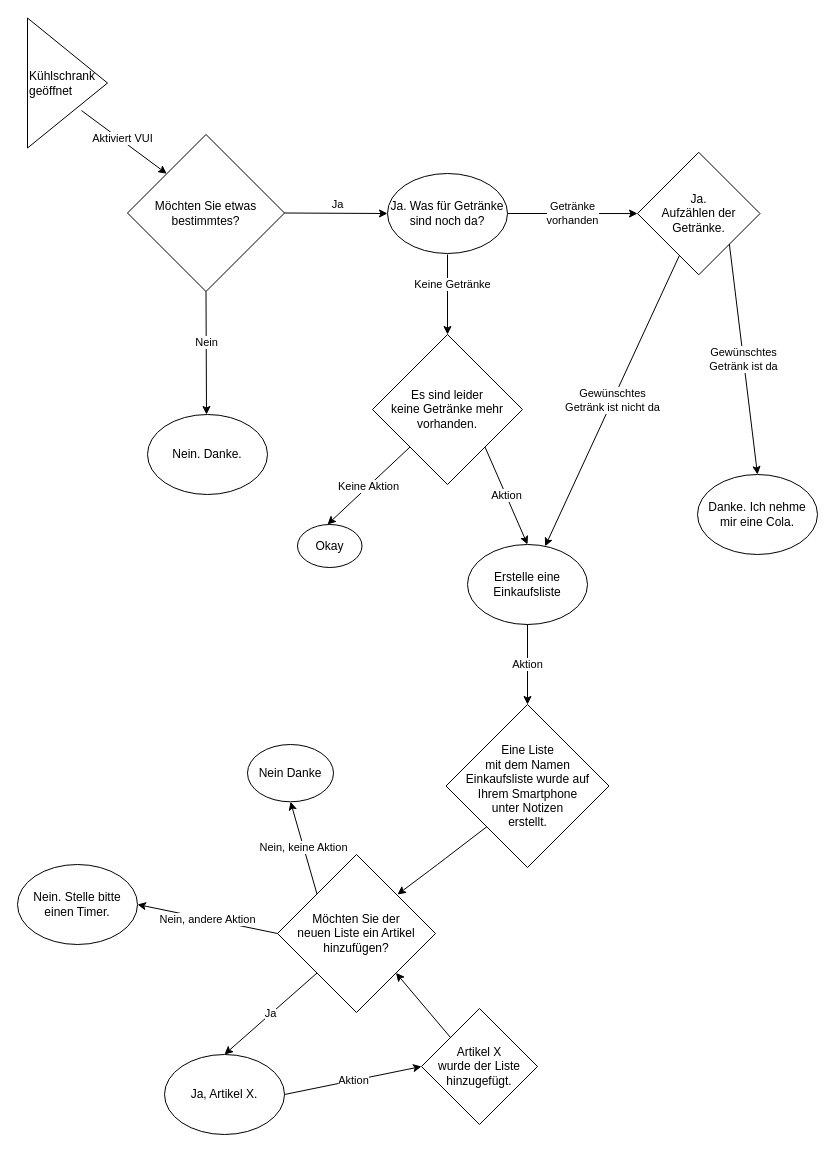
StefanBregenzer/IXD keeps this draw.io diagram as VUI.drawio. Above is the earlier version. Source tidied: cells renumbered, new cells numbered last; positions are measured from the earlier drawing's top-left corner, leaving out a move shared by most shapes. Both pictures are drawn from the tidied source at 100%, with x=0, y=0 at pixel (17, 18).
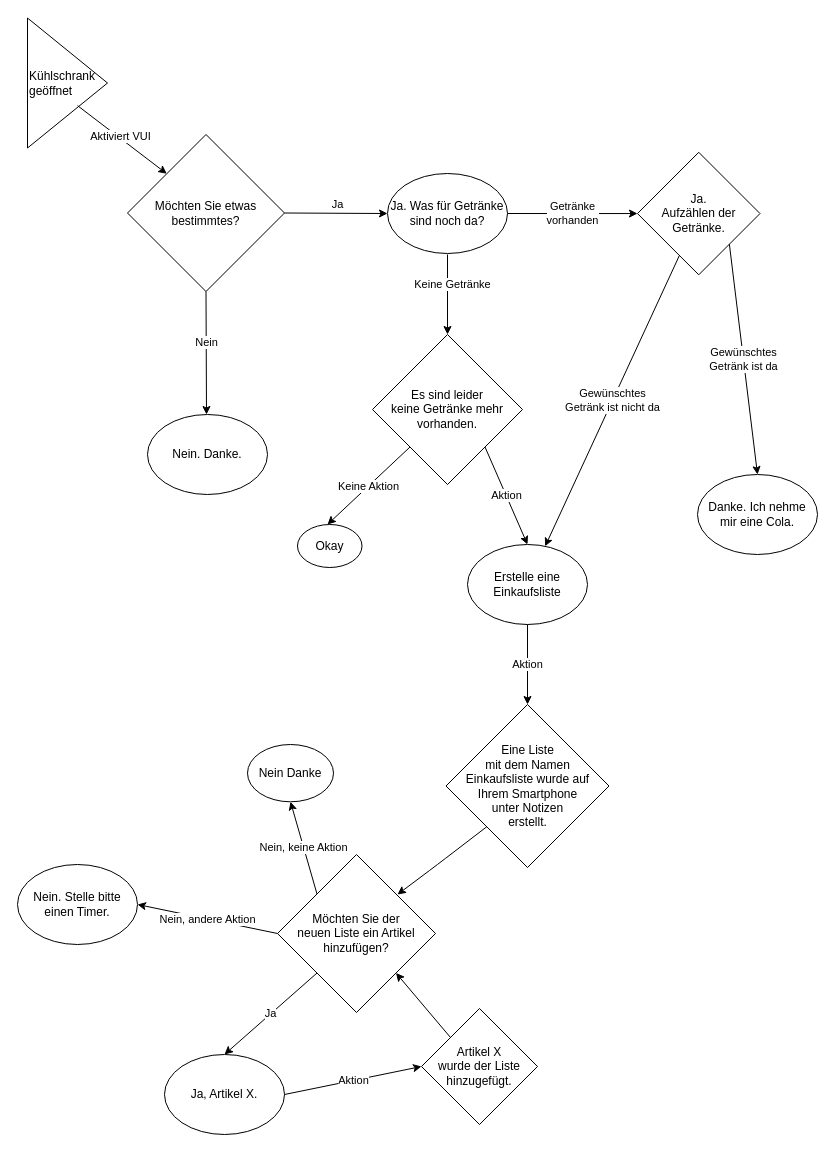
After the change.

Unchanged cells that the change refers to:
```xml
<mxCell id="2" value="Kühlschrank geöffnet" style="triangle;whiteSpace=wrap;html=1;align=left;" parent="1" vertex="1">
  <mxGeometry x="10" y="-0.5" width="80" height="130" as="geometry" />
</mxCell>
<mxCell id="4" value="Möchten Sie etwas bestimmtes?" style="rhombus;whiteSpace=wrap;html=1;align=center;" parent="1" vertex="1">
  <mxGeometry x="110" y="116" width="157" height="157" as="geometry" />
</mxCell>
```

Diff of the diagram source:
```diff
@@
-    <mxCell id="3" value="Aktiviert VUI" style="endArrow=classic;html=1;exitX=0.675;exitY=0.712;exitDx=0;exitDy=0;entryX=0;entryY=0;entryDx=0;entryDy=0;exitPerimeter=0;" parent="1" edge="1" source="2" target="4">
+    <mxCell id="3" value="Aktiviert VUI" style="endArrow=classic;html=1;exitX=0.625;exitY=0.674;exitDx=0;exitDy=0;entryX=0;entryY=0;entryDx=0;entryDy=0;exitPerimeter=0;" parent="1" edge="1" source="2" target="4">
       <mxGeometry x="-0.06" y="2" relative="1" as="geometry" />
     </mxCell>
```
